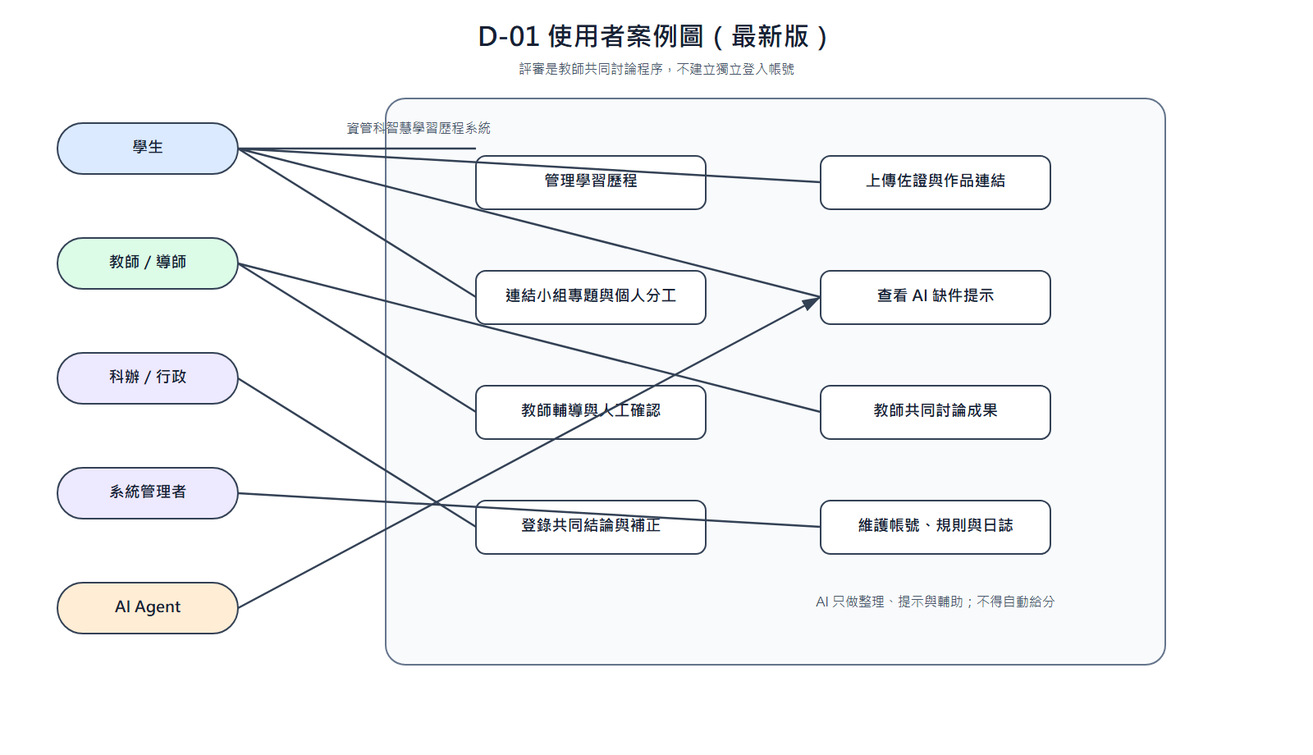
Earlier version of the Mermaid export docs/images/D-01-use-case-v2.png (vujhdcusa/1028). Its source is kept beside it as docs/images/D-01-use-case-v2.mmd.
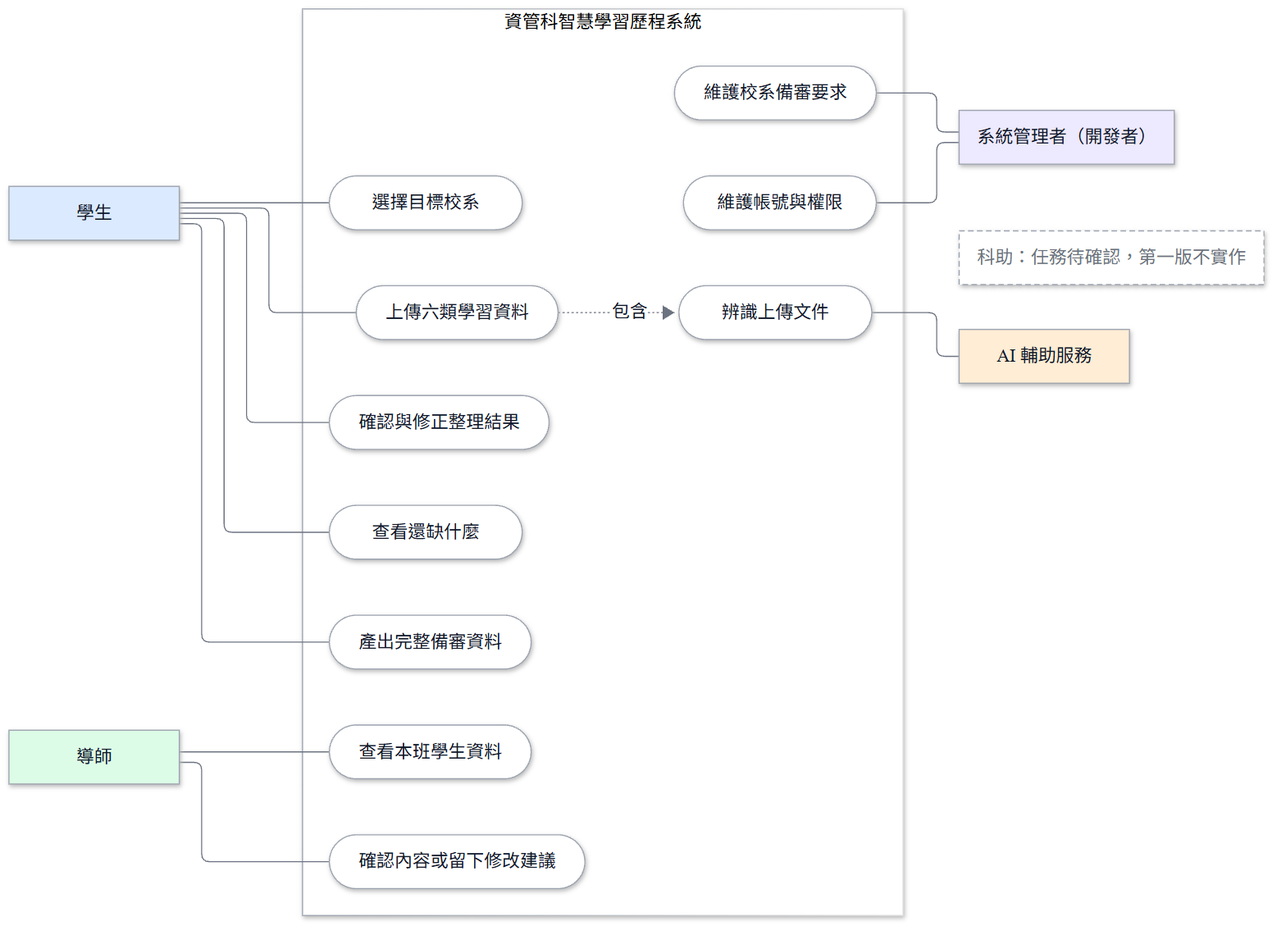
Above is the later version.

Diff of the diagram source:
```diff
@@ -1,18 +1,42 @@
-%%{init: {'theme':'base','themeVariables': {'fontFamily':'Microsoft JhengHei, Noto Sans TC, Arial, sans-serif','primaryColor':'#F3F4F6','primaryTextColor':'#111827','primaryBorderColor':'#9CA3AF','lineColor':'#6B7280','edgeLabelBackground':'#FFFFFF'}}}%%
-flowchart TD
+%%{init: {'theme':'base','themeVariables': {'fontFamily':'Microsoft JhengHei, Noto Sans TC, Arial, sans-serif','primaryColor':'#F3F4F6','primaryTextColor':'#111827','primaryBorderColor':'#9CA3AF','lineColor':'#6B7280','edgeLabelBackground':'#FFFFFF'},'flowchart':{'wrappingWidth':400}}}%%
+flowchart LR
     classDef student fill:#DBEAFE,stroke:#9CA3AF,color:#111827,stroke-width:1px;
     classDef teacher fill:#DCFCE7,stroke:#9CA3AF,color:#111827,stroke-width:1px;
-    classDef staff fill:#EDE9FE,stroke:#9CA3AF,color:#111827,stroke-width:1px;
-    classDef system fill:#F3F4F6,stroke:#9CA3AF,color:#111827,stroke-width:1px;
-    classDef ai fill:#FEF3C7,stroke:#9CA3AF,color:#111827,stroke-width:1px;
+    classDef admin fill:#EDE9FE,stroke:#9CA3AF,color:#111827,stroke-width:1px;
+    classDef ai fill:#FFEDD5,stroke:#9CA3AF,color:#111827,stroke-width:1px;
+    classDef usecase fill:#FFFFFF,stroke:#9CA3AF,color:#111827,stroke-width:1px;
+    classDef pending fill:#FFFFFF,stroke:#9CA3AF,color:#6B7280,stroke-width:1px,stroke-dasharray:5 3;
 
-    Student[學生]:::student --> S1[設定升學、就業或實習目標]:::student
-    Student --> S2[上傳、校正與確認資料]:::student
-    Student --> S3[查看差距、作品集與文件草稿]:::student
-    Teacher[教師／導師]:::teacher --> T1[檢視被指派學生資料]:::teacher
-    Teacher --> T2[提供回饋與補件建議]:::teacher
-    Staff[科辦／行政]:::staff --> F1[維護年度課程與證照規則]:::staff
-    Staff --> F2[建立審查專案、分派與登錄共同結論]:::staff
-    Admin[系統管理者]:::staff --> A1[管理帳號、權限與系統設定]:::staff
-    Agent[分析服務]:::ai --> G1[產生可校正草稿與候選提示]:::ai
-    System[系統]:::system --> P0[P0：整理、分類與文件產出]:::system
+    Student[學生]:::student
+    Teacher[導師]:::teacher
+
+    subgraph SYS[資管科智慧學習歷程系統]
+        direction TB
+        UC1([選擇目標校系]):::usecase
+        UC2([上傳六類學習資料]):::usecase
+        UC3([確認與修正整理結果]):::usecase
+        UC4([查看還缺什麼]):::usecase
+        UC5([產出完整備審資料]):::usecase
+        UC6([查看本班學生資料]):::usecase
+        UC7([確認內容或留下修改建議]):::usecase
+        UC8([辨識上傳文件]):::usecase
+        UC9([維護校系備審要求]):::usecase
+        UC10([維護帳號與權限]):::usecase
+    end
+
+    Admin[系統管理者（開發者）]:::admin
+    AI[AI 輔助服務]:::ai
+    Staff[科助：任務待確認，第一版不實作]:::pending
+
+    Student --- UC1
+    Student --- UC2
+    Student --- UC3
+    Student --- UC4
+    Student --- UC5
+    Teacher --- UC6
+    Teacher --- UC7
+    UC2 -. 包含 .-> UC8
+    UC8 --- AI
+    UC9 --- Admin
+    UC10 --- Admin
+    SYS ~~~ Staff
```
